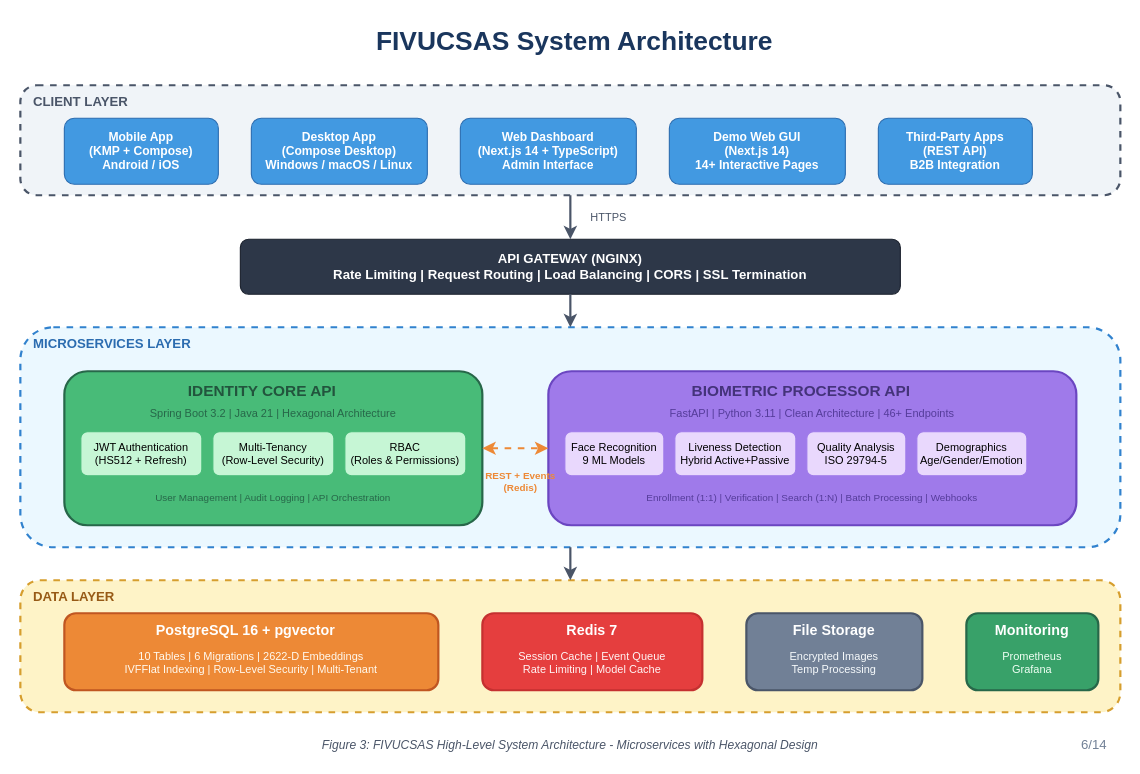
Above: diagrams/system_architecture.drawio in Rollingcat-Software/docs (draw.io), before the change. Source tidied: cells renumbered, new cells numbered last; positions are measured from the earlier drawing's top-left corner, leaving out a move shared by most shapes. Both pictures are drawn from the tidied source at 110%, with x=0, y=0 at pixel (20, 19).
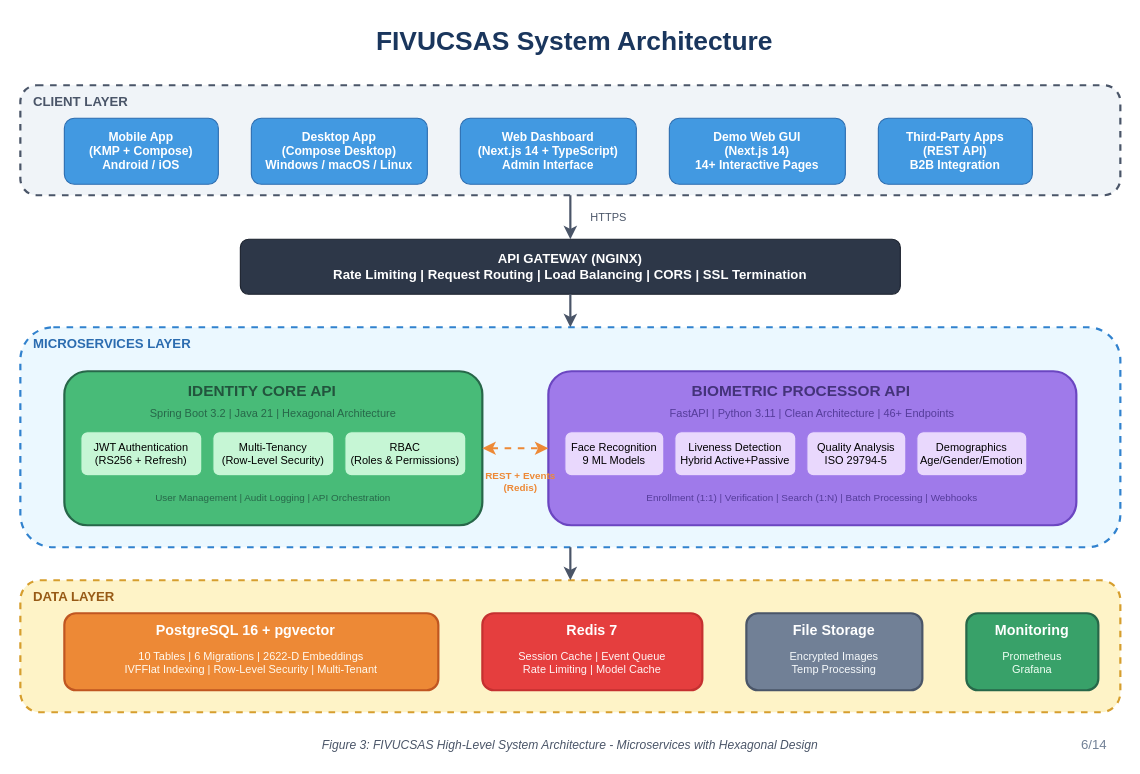
After the change.

Commit message (it also covers changes not shown here):
docs(round2): emails, SDK CDN delivery, wire orphan diagrams (#17)

Change to the diagram source:
```diff
@@
-    <mxCell id="18" value="JWT Authentication&#10;(HS512 + Refresh)" style="rounded=1;whiteSpace=wrap;html=1;fillColor=#c6f6d5;strokeColor=#48bb78;fontSize=10;" parent="1" vertex="1">
+    <mxCell id="18" value="JWT Authentication&#10;(RS256 + Refresh)" style="rounded=1;whiteSpace=wrap;html=1;fillColor=#c6f6d5;strokeColor=#48bb78;fontSize=10;" parent="1" vertex="1">
       <mxGeometry x="55" y="375" width="110" height="40" as="geometry" />
     </mxCell>
```
